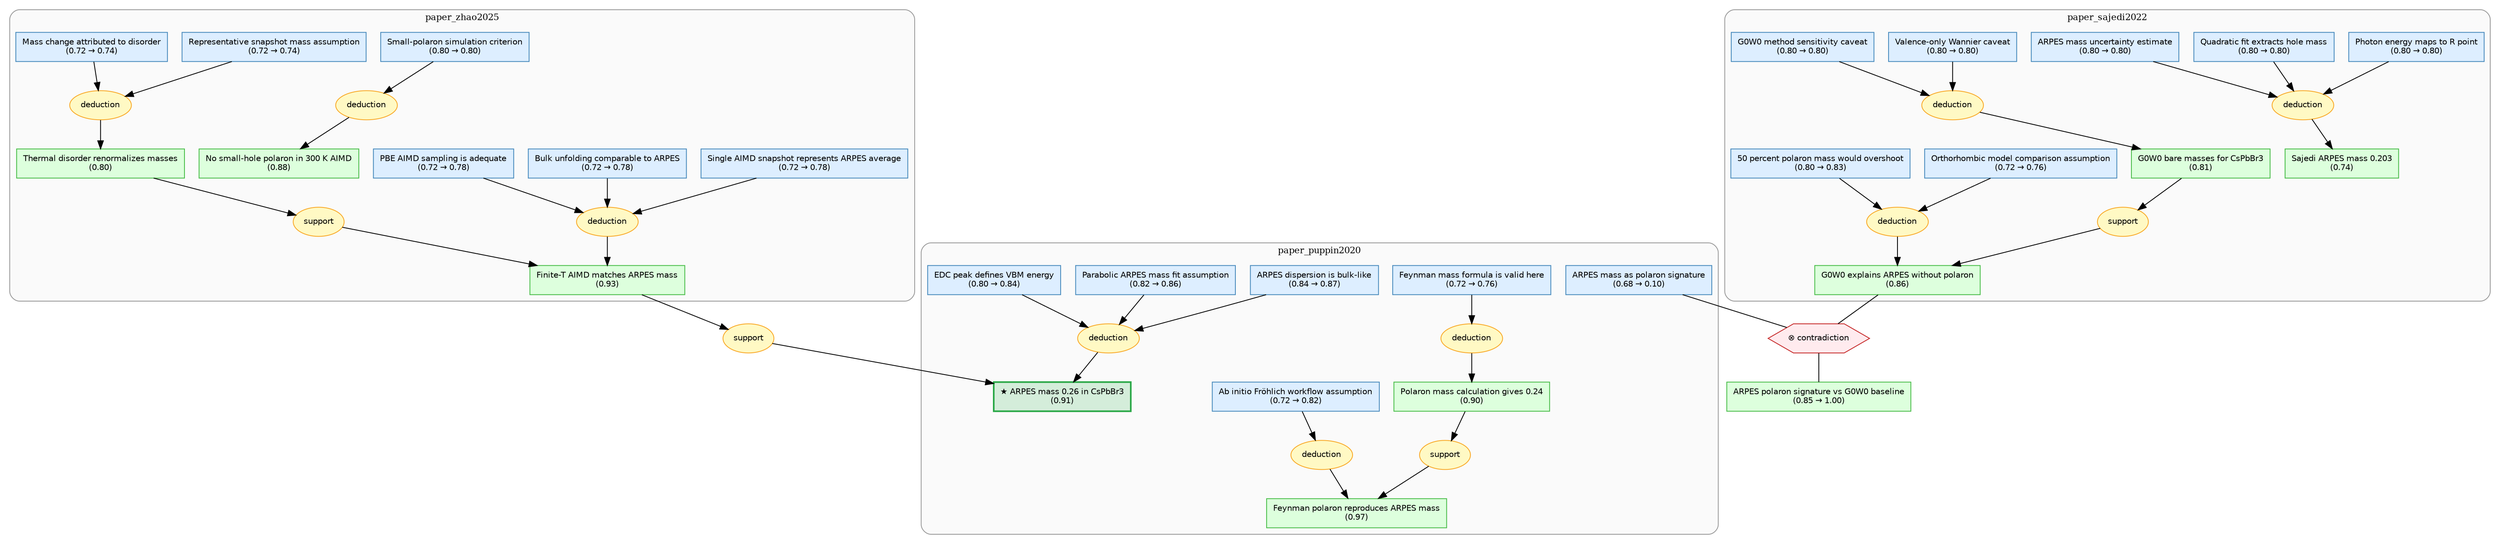
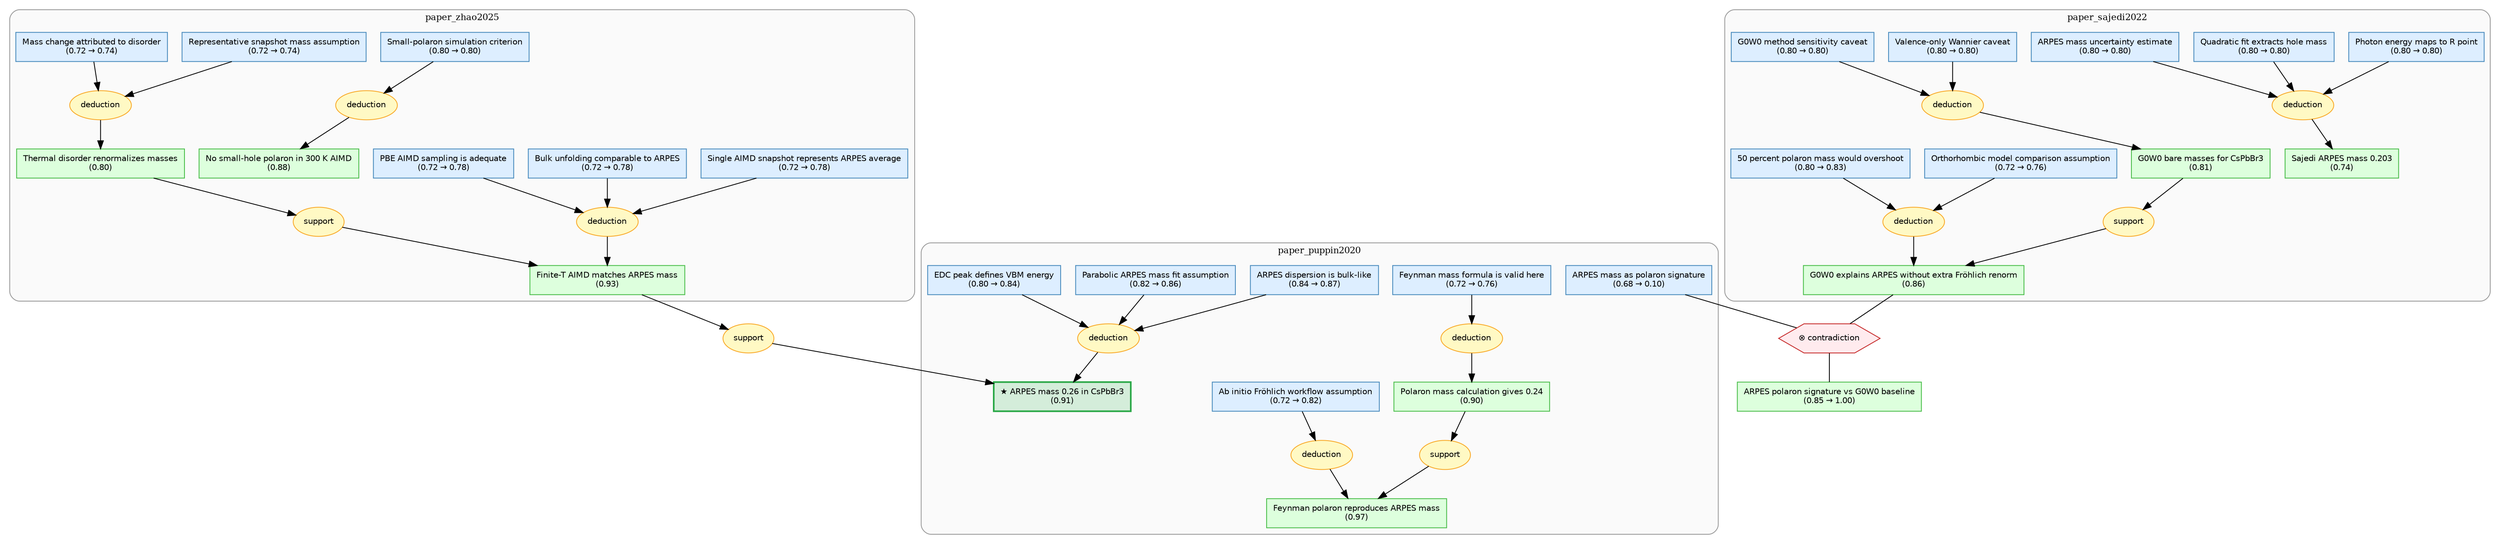
digraph starmap {
    rankdir=TB;
    compound=true;
    node [fontname="Helvetica", fontsize=10];
    edge [fontname="Helvetica", fontsize=9];

    subgraph cluster_paper_puppin2020 {
        label="paper_puppin2020";
        style="rounded,filled";
        fillcolor="#fafafa";
        color="#999999";
        fontsize=11;

        "github:perovskite_arpes_polaron::gcn_1544d55444d743c8" [label="★ ARPES mass 0.26 in CsPbBr3\n(0.91)", shape=box, style=filled, fillcolor="#d4edda", color="#28a745", penwidth=2];
        "github:perovskite_arpes_polaron::gcn_2e9e6e30a5d7431c" [label="Parabolic ARPES mass fit assumption\n(0.82 → 0.86)", shape=box, style=filled, fillcolor="#ddeeff", color="#4488bb"];
        "github:perovskite_arpes_polaron::gcn_0a71cf6357114b76" [label="EDC peak defines VBM energy\n(0.80 → 0.84)", shape=box, style=filled, fillcolor="#ddeeff", color="#4488bb"];
        "github:perovskite_arpes_polaron::gcn_e24a3d64aa604555" [label="ARPES dispersion is bulk-like\n(0.84 → 0.87)", shape=box, style=filled, fillcolor="#ddeeff", color="#4488bb"];
        "github:perovskite_arpes_polaron::gcn_5e907da32c114d34" [label="Feynman polaron reproduces ARPES mass\n(0.97)", shape=box, style=filled, fillcolor="#ddffdd", color="#44bb44"];
        "github:perovskite_arpes_polaron::gcn_943f1f964b7a4374" [label="Ab initio Fröhlich workflow assumption\n(0.72 → 0.82)", shape=box, style=filled, fillcolor="#ddeeff", color="#4488bb"];
        "github:perovskite_arpes_polaron::gcn_ffcf3464e99c47ed" [label="Polaron mass calculation gives 0.24\n(0.90)", shape=box, style=filled, fillcolor="#ddffdd", color="#44bb44"];
        "github:perovskite_arpes_polaron::gcn_2b322b6a88d742ba" [label="Feynman mass formula is valid here\n(0.72 → 0.76)", shape=box, style=filled, fillcolor="#ddeeff", color="#4488bb"];
        "github:perovskite_arpes_polaron::gcn_4ad259a13be9454a" [label="ARPES mass as polaron signature\n(0.68 → 0.10)", shape=box, style=filled, fillcolor="#ddeeff", color="#4488bb"];
        "strat_0" [label="deduction", shape=ellipse, style=filled, fillcolor="#fff9c4", color="#f9a825"];
        "strat_1" [label="deduction", shape=ellipse, style=filled, fillcolor="#fff9c4", color="#f9a825"];
        "strat_2" [label="deduction", shape=ellipse, style=filled, fillcolor="#fff9c4", color="#f9a825"];
        "strat_11" [label="support", shape=ellipse, style=filled, fillcolor="#fff9c4", color="#f9a825"];
    }

    subgraph cluster_paper_sajedi2022 {
        label="paper_sajedi2022";
        style="rounded,filled";
        fillcolor="#fafafa";
        color="#999999";
        fontsize=11;

        "github:perovskite_arpes_polaron::gcn_4d0e277c6d2c4cdc" [label="Sajedi ARPES mass 0.203\n(0.74)", shape=box, style=filled, fillcolor="#ddffdd", color="#44bb44"];
        "github:perovskite_arpes_polaron::gcn_e17b013445234bfa" [label="Photon energy maps to R point\n(0.80 → 0.80)", shape=box, style=filled, fillcolor="#ddeeff", color="#4488bb"];
        "github:perovskite_arpes_polaron::gcn_ccc6a5bf10864de7" [label="Quadratic fit extracts hole mass\n(0.80 → 0.80)", shape=box, style=filled, fillcolor="#ddeeff", color="#4488bb"];
        "github:perovskite_arpes_polaron::gcn_3e860bd7f76e4767" [label="ARPES mass uncertainty estimate\n(0.80 → 0.80)", shape=box, style=filled, fillcolor="#ddeeff", color="#4488bb"];
        "github:perovskite_arpes_polaron::gcn_8c3c520295d7488c" [label="G0W0 bare masses for CsPbBr3\n(0.81)", shape=box, style=filled, fillcolor="#ddffdd", color="#44bb44"];
        "github:perovskite_arpes_polaron::gcn_ec768b9675814820" [label="Valence-only Wannier caveat\n(0.80 → 0.80)", shape=box, style=filled, fillcolor="#ddeeff", color="#4488bb"];
        "github:perovskite_arpes_polaron::gcn_5868b15c687043a9" [label="G0W0 method sensitivity caveat\n(0.80 → 0.80)", shape=box, style=filled, fillcolor="#ddeeff", color="#4488bb"];
-         "github:perovskite_arpes_polaron::gcn_762777de8c644c17" [label="G0W0 explains ARPES without polaron\n(0.86)", shape=box, style=filled, fillcolor="#ddffdd", color="#44bb44"];
+         "github:perovskite_arpes_polaron::gcn_762777de8c644c17" [label="G0W0 explains ARPES without extra Fröhlich renorm\n(0.86)", shape=box, style=filled, fillcolor="#ddffdd", color="#44bb44"];
        "github:perovskite_arpes_polaron::gcn_1fc9a84fbc6e4a1b" [label="Orthorhombic model comparison assumption\n(0.72 → 0.76)", shape=box, style=filled, fillcolor="#ddeeff", color="#4488bb"];
        "github:perovskite_arpes_polaron::gcn_e808f6450bfc4207" [label="50 percent polaron mass would overshoot\n(0.80 → 0.83)", shape=box, style=filled, fillcolor="#ddeeff", color="#4488bb"];
        "strat_6" [label="deduction", shape=ellipse, style=filled, fillcolor="#fff9c4", color="#f9a825"];
        "strat_7" [label="deduction", shape=ellipse, style=filled, fillcolor="#fff9c4", color="#f9a825"];
        "strat_8" [label="deduction", shape=ellipse, style=filled, fillcolor="#fff9c4", color="#f9a825"];
        "strat_10" [label="support", shape=ellipse, style=filled, fillcolor="#fff9c4", color="#f9a825"];
    }

    subgraph cluster_paper_zhao2025 {
        label="paper_zhao2025";
        style="rounded,filled";
        fillcolor="#fafafa";
        color="#999999";
        fontsize=11;

        "github:perovskite_arpes_polaron::gcn_e4a5cac31481497c" [label="Finite-T AIMD matches ARPES mass\n(0.93)", shape=box, style=filled, fillcolor="#ddffdd", color="#44bb44"];
        "github:perovskite_arpes_polaron::gcn_c24c81b8a5fe413c" [label="Single AIMD snapshot represents ARPES average\n(0.72 → 0.78)", shape=box, style=filled, fillcolor="#ddeeff", color="#4488bb"];
        "github:perovskite_arpes_polaron::gcn_43c66f240368417e" [label="Bulk unfolding comparable to ARPES\n(0.72 → 0.78)", shape=box, style=filled, fillcolor="#ddeeff", color="#4488bb"];
        "github:perovskite_arpes_polaron::gcn_1c2bf8f398f243f9" [label="PBE AIMD sampling is adequate\n(0.72 → 0.78)", shape=box, style=filled, fillcolor="#ddeeff", color="#4488bb"];
        "github:perovskite_arpes_polaron::gcn_78dd3a5f6fb84289" [label="No small-hole polaron in 300 K AIMD\n(0.88)", shape=box, style=filled, fillcolor="#ddffdd", color="#44bb44"];
        "github:perovskite_arpes_polaron::gcn_82d0efc0c1024ec8" [label="Small-polaron simulation criterion\n(0.80 → 0.80)", shape=box, style=filled, fillcolor="#ddeeff", color="#4488bb"];
        "github:perovskite_arpes_polaron::gcn_3f848904ab0d4b48" [label="Thermal disorder renormalizes masses\n(0.80)", shape=box, style=filled, fillcolor="#ddffdd", color="#44bb44"];
        "github:perovskite_arpes_polaron::gcn_00749f497c204b4c" [label="Representative snapshot mass assumption\n(0.72 → 0.74)", shape=box, style=filled, fillcolor="#ddeeff", color="#4488bb"];
        "github:perovskite_arpes_polaron::gcn_869be47d79c54464" [label="Mass change attributed to disorder\n(0.72 → 0.74)", shape=box, style=filled, fillcolor="#ddeeff", color="#4488bb"];
        "strat_3" [label="deduction", shape=ellipse, style=filled, fillcolor="#fff9c4", color="#f9a825"];
        "strat_4" [label="deduction", shape=ellipse, style=filled, fillcolor="#fff9c4", color="#f9a825"];
        "strat_5" [label="deduction", shape=ellipse, style=filled, fillcolor="#fff9c4", color="#f9a825"];
        "strat_12" [label="support", shape=ellipse, style=filled, fillcolor="#fff9c4", color="#f9a825"];
    }

    // cross-module strategy/operator nodes (outside clusters)
    "github:perovskite_arpes_polaron::arpes_polaron_signature_vs_gw_no_polaron" [label="ARPES polaron signature vs G0W0 baseline\n(0.85 → 1.00)", shape=box, style=filled, fillcolor="#ddffdd", color="#44bb44"];
    "strat_9" [label="support", shape=ellipse, style=filled, fillcolor="#fff9c4", color="#f9a825"];
    "oper_0" [label="⊗ contradiction", shape=hexagon, style=filled, fillcolor="#ffebee", color="#c62828"];

    // edges
    "github:perovskite_arpes_polaron::gcn_2e9e6e30a5d7431c" -> "strat_0";
    "github:perovskite_arpes_polaron::gcn_0a71cf6357114b76" -> "strat_0";
    "github:perovskite_arpes_polaron::gcn_e24a3d64aa604555" -> "strat_0";
    "strat_0" -> "github:perovskite_arpes_polaron::gcn_1544d55444d743c8";
    "github:perovskite_arpes_polaron::gcn_943f1f964b7a4374" -> "strat_1";
    "strat_1" -> "github:perovskite_arpes_polaron::gcn_5e907da32c114d34";
    "github:perovskite_arpes_polaron::gcn_2b322b6a88d742ba" -> "strat_2";
    "strat_2" -> "github:perovskite_arpes_polaron::gcn_ffcf3464e99c47ed";
    "github:perovskite_arpes_polaron::gcn_c24c81b8a5fe413c" -> "strat_3";
    "github:perovskite_arpes_polaron::gcn_43c66f240368417e" -> "strat_3";
    "github:perovskite_arpes_polaron::gcn_1c2bf8f398f243f9" -> "strat_3";
    "strat_3" -> "github:perovskite_arpes_polaron::gcn_e4a5cac31481497c";
    "github:perovskite_arpes_polaron::gcn_82d0efc0c1024ec8" -> "strat_4";
    "strat_4" -> "github:perovskite_arpes_polaron::gcn_78dd3a5f6fb84289";
    "github:perovskite_arpes_polaron::gcn_00749f497c204b4c" -> "strat_5";
    "github:perovskite_arpes_polaron::gcn_869be47d79c54464" -> "strat_5";
    "strat_5" -> "github:perovskite_arpes_polaron::gcn_3f848904ab0d4b48";
    "github:perovskite_arpes_polaron::gcn_e17b013445234bfa" -> "strat_6";
    "github:perovskite_arpes_polaron::gcn_ccc6a5bf10864de7" -> "strat_6";
    "github:perovskite_arpes_polaron::gcn_3e860bd7f76e4767" -> "strat_6";
    "strat_6" -> "github:perovskite_arpes_polaron::gcn_4d0e277c6d2c4cdc";
    "github:perovskite_arpes_polaron::gcn_ec768b9675814820" -> "strat_7";
    "github:perovskite_arpes_polaron::gcn_5868b15c687043a9" -> "strat_7";
    "strat_7" -> "github:perovskite_arpes_polaron::gcn_8c3c520295d7488c";
    "github:perovskite_arpes_polaron::gcn_1fc9a84fbc6e4a1b" -> "strat_8";
    "github:perovskite_arpes_polaron::gcn_e808f6450bfc4207" -> "strat_8";
    "strat_8" -> "github:perovskite_arpes_polaron::gcn_762777de8c644c17";
    "github:perovskite_arpes_polaron::gcn_e4a5cac31481497c" -> "strat_9";
    "strat_9" -> "github:perovskite_arpes_polaron::gcn_1544d55444d743c8";
    "github:perovskite_arpes_polaron::gcn_8c3c520295d7488c" -> "strat_10";
    "strat_10" -> "github:perovskite_arpes_polaron::gcn_762777de8c644c17";
    "github:perovskite_arpes_polaron::gcn_ffcf3464e99c47ed" -> "strat_11";
    "strat_11" -> "github:perovskite_arpes_polaron::gcn_5e907da32c114d34";
    "github:perovskite_arpes_polaron::gcn_3f848904ab0d4b48" -> "strat_12";
    "strat_12" -> "github:perovskite_arpes_polaron::gcn_e4a5cac31481497c";
    "github:perovskite_arpes_polaron::gcn_4ad259a13be9454a" -> "oper_0" [dir=none];
    "github:perovskite_arpes_polaron::gcn_762777de8c644c17" -> "oper_0" [dir=none];
    "oper_0" -> "github:perovskite_arpes_polaron::arpes_polaron_signature_vs_gw_no_polaron" [dir=none];
}
